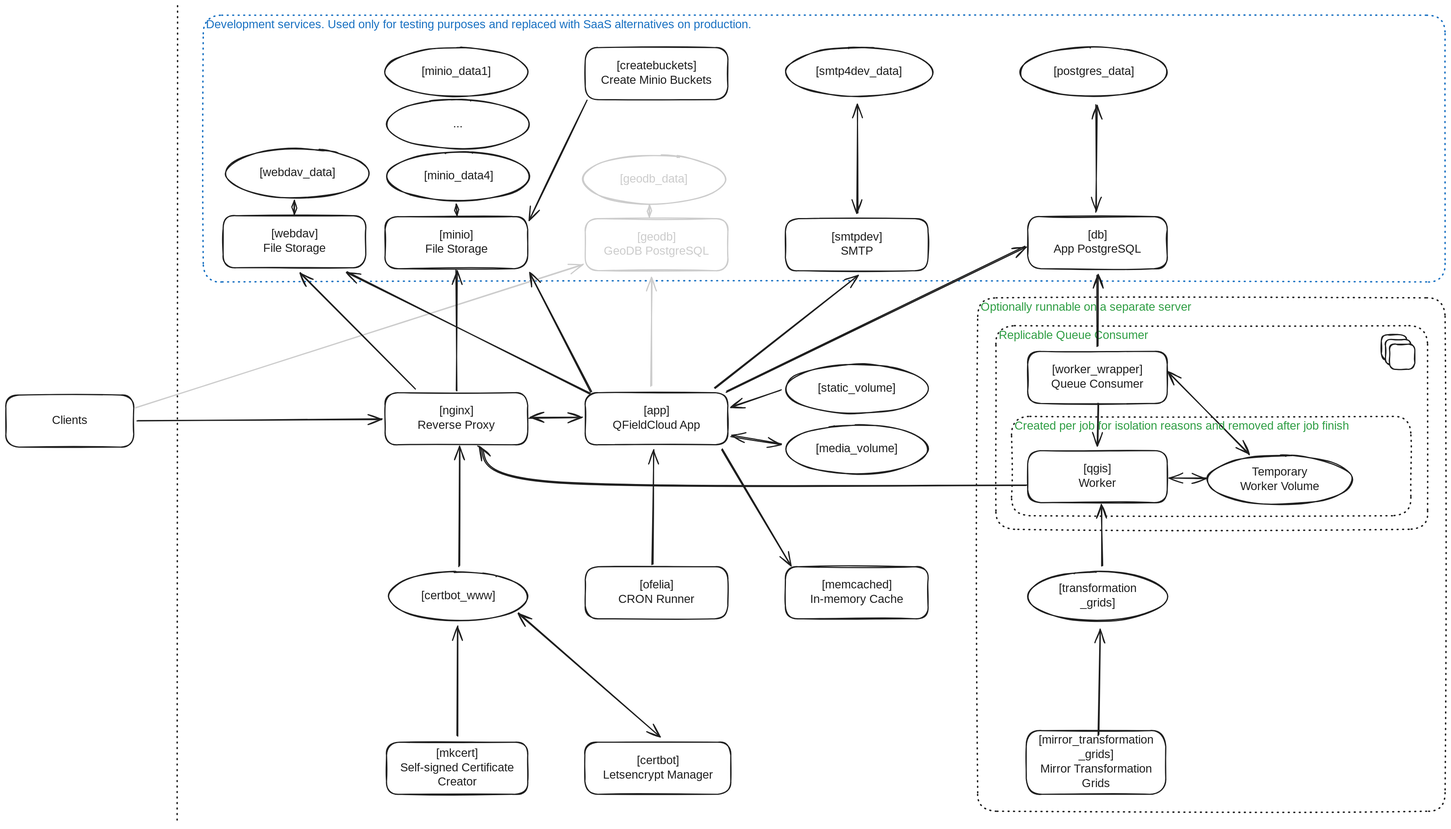
opengisch/QField-docs keeps this Excalidraw diagram as documentation/assets/images/qfc_server_architecture_light.svg. Above is the earlier version. Source tidied: one line per element, renumbered; positions are measured from the earlier drawing's top-left corner, leaving out a move shared by most shapes.
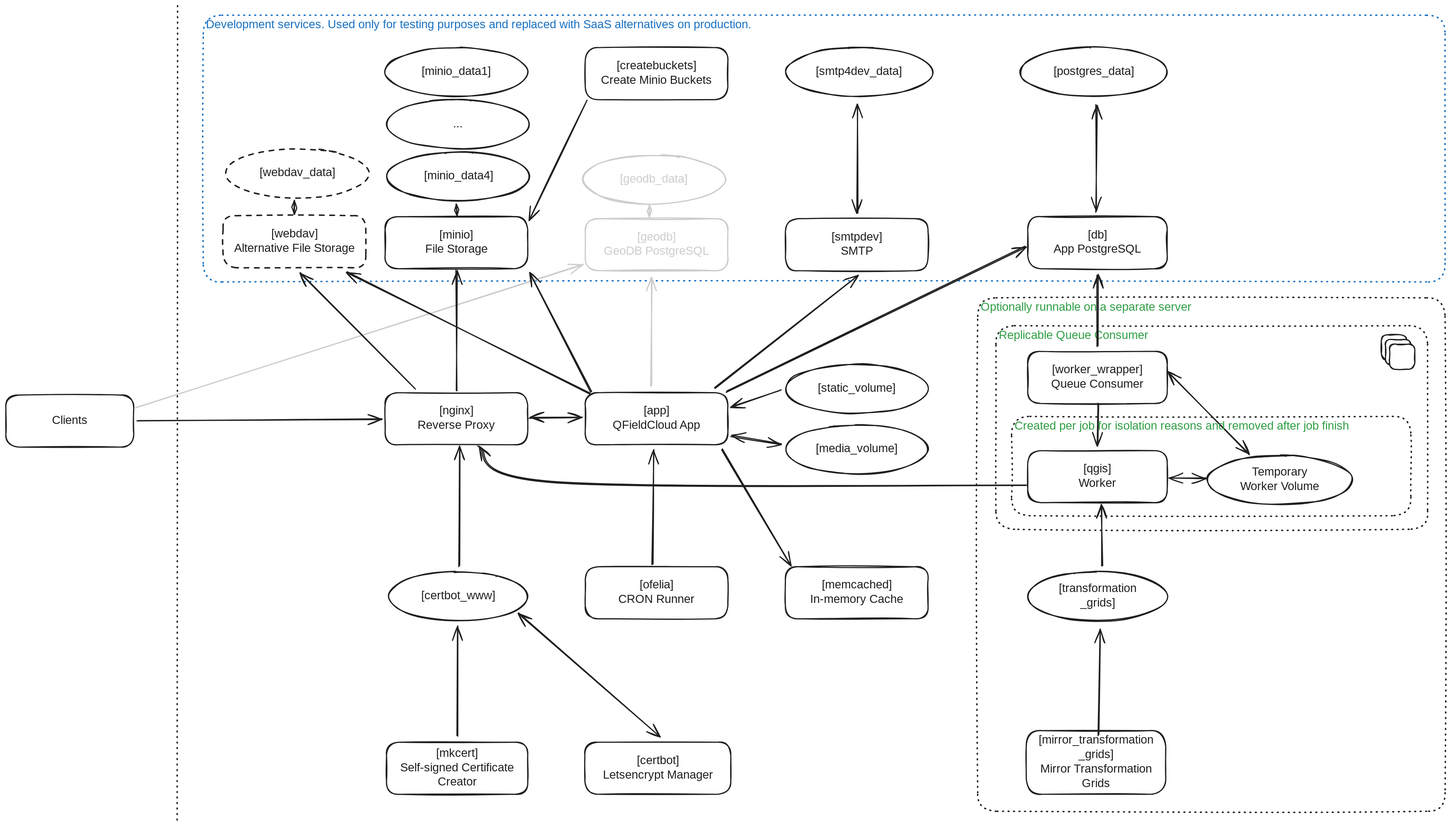
The same file after the commit.

Commit message:
Highlight the fact that webdav is optional

Diff of the diagram source:
```diff
@@ -91,9 +91,9 @@
 {"id": 90, "type": "rectangle", "strokeColor": "#1e1e1e", "backgroundColor": "#ffffff", "fillStyle": "solid", "strokeWidth": 2, "roughness": 1, "round": true, "x": 2378, "y": 568, "width": 44, "height": 44}
 {"id": 91, "type": "rectangle", "strokeColor": "#1e1e1e", "backgroundColor": "#ffffff", "fillStyle": "solid", "strokeWidth": 2, "roughness": 1, "round": true, "x": 2385, "y": 576, "width": 44, "height": 44}
 {"id": 92, "type": "rectangle", "strokeColor": "#1e1e1e", "backgroundColor": "#ffffff", "fillStyle": "solid", "strokeWidth": 2, "roughness": 1, "round": true, "x": 2392, "y": 584, "width": 44, "height": 44}
-{"id": 93, "type": "rectangle", "strokeColor": "#1e1e1e", "strokeWidth": 2, "roughness": 1, "round": true, "x": 376, "y": 362, "width": 247, "height": 90}
+{"id": 93, "type": "rectangle", "strokeColor": "#1e1e1e", "strokeWidth": 2, "strokeStyle": "dashed", "roughness": 1, "round": true, "x": 376, "y": 362, "width": 247, "height": 90}
-{"id": 94, "type": "text", "text": "[webdav]\nFile Storage", "strokeColor": "#1e1e1e", "strokeWidth": 2, "roughness": 1, "fontSize": 20, "fontFamily": 5, "textAlign": "center", "verticalAlign": "middle", "inside": 93, "x": 440, "y": 382, "width": 118, "height": 50}
+{"id": 94, "type": "text", "text": "[webdav]\nAlternative File Storage", "strokeColor": "#1e1e1e", "strokeWidth": 2, "roughness": 1, "fontSize": 20, "fontFamily": 5, "textAlign": "center", "verticalAlign": "middle", "inside": 93, "x": 382, "y": 382, "width": 233, "height": 50}
-{"id": 95, "type": "ellipse", "strokeColor": "#1e1e1e", "strokeWidth": 2, "roughness": 1, "round": true, "x": 381, "y": 246, "width": 247, "height": 85}
+{"id": 95, "type": "ellipse", "strokeColor": "#1e1e1e", "strokeWidth": 2, "strokeStyle": "dashed", "roughness": 1, "round": true, "x": 381, "y": 246, "width": 247, "height": 85}
 {"id": 96, "type": "text", "text": "[webdav_data]", "strokeColor": "#1e1e1e", "strokeWidth": 2, "roughness": 1, "fontSize": 20, "fontFamily": 5, "textAlign": "center", "verticalAlign": "middle", "inside": 95, "x": 429, "y": 276, "width": 149, "height": 25}
 {"id": 97, "type": "arrow", "strokeColor": "#1e1e1e", "strokeWidth": 2, "roughness": 1, "endArrowhead": "arrow", "round": true, "from": 6, "to": 93, "x": 706, "y": 660, "width": 199, "height": 199, "points": [[0, 0], [-199, -199]]}
 {"id": 98, "type": "arrow", "strokeColor": "#1e1e1e", "strokeWidth": 2, "roughness": 1, "endArrowhead": "arrow", "round": true, "from": 4, "to": 93, "x": 1009, "y": 670, "width": 419, "height": 211, "points": [[0, 0], [-419, -211]]}
```
